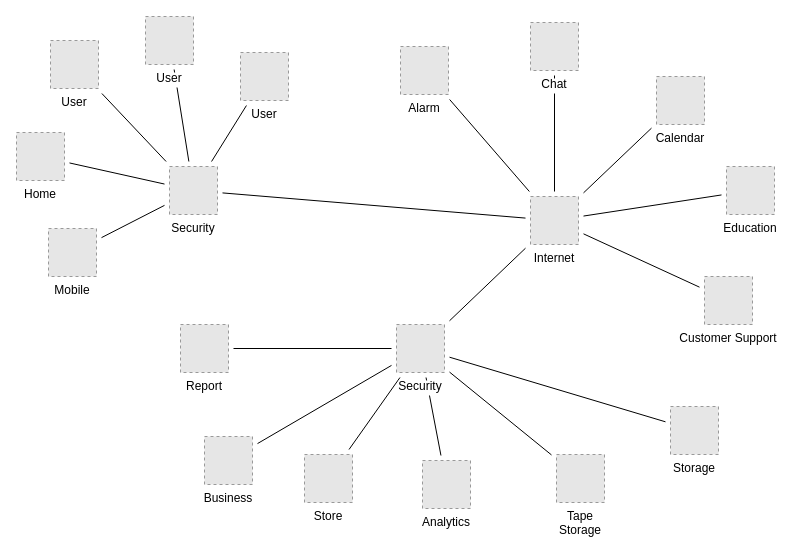
The draw.io diagram categories/demo2.drawio in Scofields/scofields.github.io, before the edit. Source tidied: cells renumbered, new cells numbered last; positions are measured from the earlier drawing's top-left corner, leaving out a move shared by most shapes. Both pictures are drawn from the tidied source at 100%, with x=0, y=0 at pixel (16, 16). Pictures stored in the file or linked from it are replaced by grey dashed boxes.
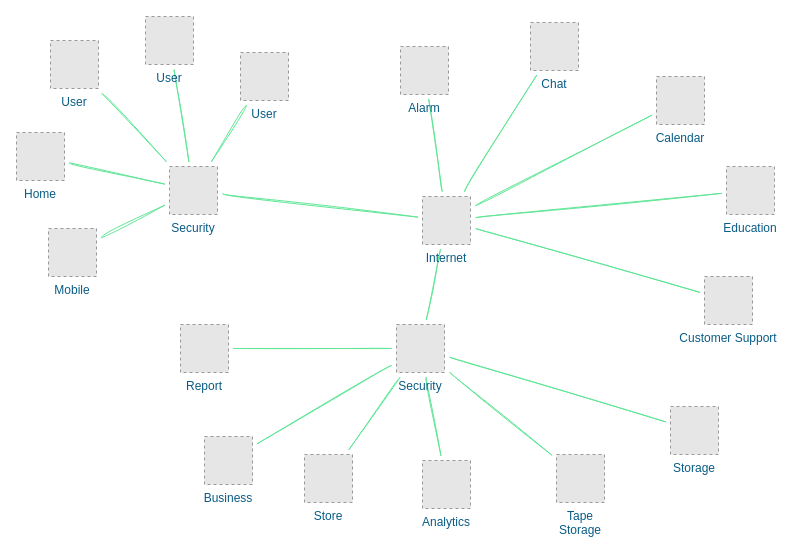
The same diagram, later.

What changed in the source:
```diff
@@
-    <mxCell id="2" style="edgeStyle=none;rounded=0;jettySize=auto;html=1;sourcePerimeterSpacing=5;endArrow=none;endFill=0;targetPerimeterSpacing=5;" parent="1" edge="1" source="21" target="31">
+    <mxCell id="2" style="edgeStyle=none;rounded=0;jettySize=auto;html=1;sourcePerimeterSpacing=5;endArrow=none;endFill=0;targetPerimeterSpacing=5;sketch=1;strokeColor=#60E696;fontColor=#095C86;curved=1;" parent="1" edge="1" source="21" target="31">
       <mxGeometry relative="1" as="geometry" />
     </mxCell>
-    <mxCell id="3" style="edgeStyle=none;rounded=0;jettySize=auto;html=1;sourcePerimeterSpacing=5;endArrow=none;endFill=0;targetPerimeterSpacing=5;" parent="1" edge="1" source="24" target="31">
+    <mxCell id="3" style="edgeStyle=none;rounded=0;jettySize=auto;html=1;sourcePerimeterSpacing=5;endArrow=none;endFill=0;targetPerimeterSpacing=5;sketch=1;strokeColor=#60E696;fontColor=#095C86;curved=1;" parent="1" edge="1" source="24" target="31">
       <mxGeometry relative="1" as="geometry" />
     </mxCell>
-    <mxCell id="4" style="edgeStyle=none;rounded=0;jettySize=auto;html=1;sourcePerimeterSpacing=5;endArrow=none;endFill=0;targetPerimeterSpacing=5;" parent="1" edge="1" source="30" target="26">
+    <mxCell id="4" style="edgeStyle=none;rounded=0;jettySize=auto;html=1;sourcePerimeterSpacing=5;endArrow=none;endFill=0;targetPerimeterSpacing=5;sketch=1;strokeColor=#60E696;fontColor=#095C86;curved=1;" parent="1" edge="1" source="30" target="26">
       <mxGeometry relative="1" as="geometry" />
     </mxCell>
-    <mxCell id="5" style="edgeStyle=none;rounded=0;jettySize=auto;html=1;sourcePerimeterSpacing=5;endArrow=none;endFill=0;targetPerimeterSpacing=5;" parent="1" edge="1" source="30" target="22">
+    <mxCell id="5" style="edgeStyle=none;rounded=0;jettySize=auto;html=1;sourcePerimeterSpacing=5;endArrow=none;endFill=0;targetPerimeterSpacing=5;sketch=1;strokeColor=#60E696;fontColor=#095C86;curved=1;" parent="1" edge="1" source="30" target="22">
       <mxGeometry relative="1" as="geometry" />
     </mxCell>
-    <mxCell id="6" style="edgeStyle=none;rounded=0;jettySize=auto;html=1;sourcePerimeterSpacing=5;endArrow=none;endFill=0;targetPerimeterSpacing=5;" parent="1" edge="1" source="30" target="32">
+    <mxCell id="6" style="edgeStyle=none;rounded=0;jettySize=auto;html=1;sourcePerimeterSpacing=5;endArrow=none;endFill=0;targetPerimeterSpacing=5;sketch=1;strokeColor=#60E696;fontColor=#095C86;curved=1;" parent="1" edge="1" source="30" target="32">
       <mxGeometry relative="1" as="geometry" />
     </mxCell>
-    <mxCell id="7" style="edgeStyle=none;rounded=0;jettySize=auto;html=1;sourcePerimeterSpacing=5;endArrow=none;endFill=0;targetPerimeterSpacing=5;" parent="1" edge="1" source="30" target="25">
+    <mxCell id="7" style="edgeStyle=none;rounded=0;jettySize=auto;html=1;sourcePerimeterSpacing=5;endArrow=none;endFill=0;targetPerimeterSpacing=5;sketch=1;strokeColor=#60E696;fontColor=#095C86;curved=1;" parent="1" edge="1" source="30" target="25">
       <mxGeometry relative="1" as="geometry" />
     </mxCell>
-    <mxCell id="8" style="edgeStyle=none;rounded=0;jettySize=auto;html=1;sourcePerimeterSpacing=5;endArrow=none;endFill=0;targetPerimeterSpacing=5;" parent="1" edge="1" source="30" target="23">
+    <mxCell id="8" style="edgeStyle=none;rounded=0;jettySize=auto;html=1;sourcePerimeterSpacing=5;endArrow=none;endFill=0;targetPerimeterSpacing=5;sketch=1;strokeColor=#60E696;fontColor=#095C86;curved=1;" parent="1" edge="1" source="30" target="23">
       <mxGeometry relative="1" as="geometry" />
     </mxCell>
-    <mxCell id="9" style="edgeStyle=none;rounded=0;jettySize=auto;html=1;sourcePerimeterSpacing=5;endArrow=none;endFill=0;targetPerimeterSpacing=5;" parent="1" edge="1" source="30" target="38">
+    <mxCell id="9" style="edgeStyle=none;rounded=0;jettySize=auto;html=1;sourcePerimeterSpacing=5;endArrow=none;endFill=0;targetPerimeterSpacing=5;sketch=1;strokeColor=#60E696;fontColor=#095C86;curved=1;" parent="1" edge="1" source="30" target="38">
       <mxGeometry relative="1" as="geometry" />
     </mxCell>
-    <mxCell id="10" style="edgeStyle=none;rounded=0;jettySize=auto;html=1;sourcePerimeterSpacing=5;endArrow=none;endFill=0;targetPerimeterSpacing=5;" parent="1" edge="1" source="31" target="30">
+    <mxCell id="10" style="edgeStyle=none;rounded=0;jettySize=auto;html=1;sourcePerimeterSpacing=5;endArrow=none;endFill=0;targetPerimeterSpacing=5;sketch=1;strokeColor=#60E696;fontColor=#095C86;curved=1;" parent="1" edge="1" source="31" target="30">
       <mxGeometry relative="1" as="geometry" />
     </mxCell>
-    <mxCell id="11" style="edgeStyle=none;rounded=0;jettySize=auto;html=1;sourcePerimeterSpacing=5;endArrow=none;endFill=0;targetPerimeterSpacing=5;" parent="1" edge="1" source="35" target="31">
+    <mxCell id="11" style="edgeStyle=none;rounded=0;jettySize=auto;html=1;sourcePerimeterSpacing=5;endArrow=none;endFill=0;targetPerimeterSpacing=5;sketch=1;strokeColor=#60E696;fontColor=#095C86;curved=1;" parent="1" edge="1" source="35" target="31">
       <mxGeometry relative="1" as="geometry" />
     </mxCell>
-    <mxCell id="12" style="rounded=0;jettySize=auto;html=1;endArrow=none;endFill=0;sourcePerimeterSpacing=5;targetPerimeterSpacing=5;" parent="1" edge="1" source="36" target="31">
+    <mxCell id="12" style="rounded=0;jettySize=auto;html=1;endArrow=none;endFill=0;sourcePerimeterSpacing=5;targetPerimeterSpacing=5;sketch=1;strokeColor=#60E696;fontColor=#095C86;curved=1;" parent="1" edge="1" source="36" target="31">
       <mxGeometry relative="1" as="geometry" />
     </mxCell>
-    <mxCell id="13" style="edgeStyle=none;rounded=0;jettySize=auto;html=1;sourcePerimeterSpacing=5;endArrow=none;endFill=0;targetPerimeterSpacing=5;" parent="1" edge="1" source="37" target="31">
+    <mxCell id="13" style="edgeStyle=none;rounded=0;jettySize=auto;html=1;sourcePerimeterSpacing=5;endArrow=none;endFill=0;targetPerimeterSpacing=5;sketch=1;strokeColor=#60E696;fontColor=#095C86;curved=1;" parent="1" edge="1" source="37" target="31">
       <mxGeometry relative="1" as="geometry" />
     </mxCell>
-    <mxCell id="14" style="edgeStyle=none;rounded=0;jettySize=auto;html=1;sourcePerimeterSpacing=5;endArrow=none;endFill=0;targetPerimeterSpacing=5;" parent="1" edge="1" source="38" target="28">
+    <mxCell id="14" style="edgeStyle=none;rounded=0;jettySize=auto;html=1;sourcePerimeterSpacing=5;endArrow=none;endFill=0;targetPerimeterSpacing=5;sketch=1;strokeColor=#60E696;fontColor=#095C86;curved=1;" parent="1" edge="1" source="38" target="28">
       <mxGeometry relative="1" as="geometry" />
     </mxCell>
-    <mxCell id="15" style="edgeStyle=none;rounded=0;jettySize=auto;html=1;sourcePerimeterSpacing=5;endArrow=none;endFill=0;targetPerimeterSpacing=5;" parent="1" edge="1" source="38" target="27">
+    <mxCell id="15" style="edgeStyle=none;rounded=0;jettySize=auto;html=1;sourcePerimeterSpacing=5;endArrow=none;endFill=0;targetPerimeterSpacing=5;sketch=1;strokeColor=#60E696;fontColor=#095C86;curved=1;" parent="1" edge="1" source="38" target="27">
       <mxGeometry relative="1" as="geometry" />
     </mxCell>
-    <mxCell id="16" style="edgeStyle=none;rounded=0;jettySize=auto;html=1;sourcePerimeterSpacing=5;endArrow=none;endFill=0;targetPerimeterSpacing=5;" parent="1" edge="1" source="38" target="34">
+    <mxCell id="16" style="edgeStyle=none;rounded=0;jettySize=auto;html=1;sourcePerimeterSpacing=5;endArrow=none;endFill=0;targetPerimeterSpacing=5;sketch=1;strokeColor=#60E696;fontColor=#095C86;curved=1;" parent="1" edge="1" source="38" target="34">
       <mxGeometry relative="1" as="geometry" />
     </mxCell>
-    <mxCell id="17" style="edgeStyle=none;rounded=0;jettySize=auto;html=1;sourcePerimeterSpacing=5;endArrow=none;endFill=0;targetPerimeterSpacing=5;" parent="1" edge="1" source="38" target="33">
+    <mxCell id="17" style="edgeStyle=none;rounded=0;jettySize=auto;html=1;sourcePerimeterSpacing=5;endArrow=none;endFill=0;targetPerimeterSpacing=5;sketch=1;strokeColor=#60E696;fontColor=#095C86;curved=1;" parent="1" edge="1" source="38" target="33">
       <mxGeometry relative="1" as="geometry" />
     </mxCell>
-    <mxCell id="18" style="edgeStyle=none;rounded=0;jettySize=auto;html=1;sourcePerimeterSpacing=5;endArrow=none;endFill=0;targetPerimeterSpacing=5;" parent="1" edge="1" source="38" target="20">
+    <mxCell id="18" style="edgeStyle=none;rounded=0;jettySize=auto;html=1;sourcePerimeterSpacing=5;endArrow=none;endFill=0;targetPerimeterSpacing=5;sketch=1;strokeColor=#60E696;fontColor=#095C86;curved=1;" parent="1" edge="1" source="38" target="20">
       <mxGeometry relative="1" as="geometry" />
     </mxCell>
-    <mxCell id="19" style="edgeStyle=none;rounded=0;jettySize=auto;html=1;sourcePerimeterSpacing=5;endArrow=none;endFill=0;targetPerimeterSpacing=5;" parent="1" edge="1" source="38" target="29">
+    <mxCell id="19" style="edgeStyle=none;rounded=0;jettySize=auto;html=1;sourcePerimeterSpacing=5;endArrow=none;endFill=0;targetPerimeterSpacing=5;sketch=1;strokeColor=#60E696;fontColor=#095C86;curved=1;" parent="1" edge="1" source="38" target="29">
       <mxGeometry relative="1" as="geometry" />
     </mxCell>
-    <mxCell id="20" value="Tape&#10;Storage" style="fillColor=#E6E6E6;strokeColor=#999999;dashed=1;verticalLabelPosition=bottom;verticalAlign=top;labelBackgroundColor=#ffffff;" parent="1" vertex="1">
+    <mxCell id="20" value="Tape&#10;Storage" style="fillColor=#E6E6E6;strokeColor=#999999;dashed=1;verticalLabelPosition=bottom;verticalAlign=top;fontColor=#095C86;" parent="1" vertex="1">
       <mxGeometry x="540" y="438" width="48" height="48" as="geometry" />
     </mxCell>
-    <mxCell id="21" value="Mobile" style="fillColor=#E6E6E6;strokeColor=#999999;dashed=1;verticalLabelPosition=bottom;verticalAlign=top;labelBackgroundColor=#ffffff;" parent="1" vertex="1">
+    <mxCell id="21" value="Mobile" style="fillColor=#E6E6E6;strokeColor=#999999;dashed=1;verticalLabelPosition=bottom;verticalAlign=top;fontColor=#095C86;" parent="1" vertex="1">
       <mxGeometry x="32" y="212" width="48" height="48" as="geometry" />
     </mxCell>
-    <mxCell id="22" value="Chat" style="fillColor=#E6E6E6;strokeColor=#999999;dashed=1;verticalLabelPosition=bottom;verticalAlign=top;labelBackgroundColor=#ffffff;" parent="1" vertex="1">
+    <mxCell id="22" value="Chat" style="fillColor=#E6E6E6;strokeColor=#999999;dashed=1;verticalLabelPosition=bottom;verticalAlign=top;fontColor=#095C86;" parent="1" vertex="1">
       <mxGeometry x="514" y="6" width="48" height="48" as="geometry" />
     </mxCell>
-    <mxCell id="23" value="Customer Support" style="fillColor=#E6E6E6;strokeColor=#999999;dashed=1;verticalLabelPosition=bottom;verticalAlign=top;labelBackgroundColor=#ffffff;" parent="1" vertex="1">
+    <mxCell id="23" value="Customer Support" style="fillColor=#E6E6E6;strokeColor=#999999;dashed=1;verticalLabelPosition=bottom;verticalAlign=top;fontColor=#095C86;" parent="1" vertex="1">
       <mxGeometry x="688" y="260" width="48" height="48" as="geometry" />
     </mxCell>
-    <mxCell id="24" value="Home" style="fillColor=#E6E6E6;strokeColor=#999999;dashed=1;verticalLabelPosition=bottom;verticalAlign=top;labelBackgroundColor=#ffffff;" parent="1" vertex="1">
+    <mxCell id="24" value="Home" style="fillColor=#E6E6E6;strokeColor=#999999;dashed=1;verticalLabelPosition=bottom;verticalAlign=top;fontColor=#095C86;" parent="1" vertex="1">
       <mxGeometry y="116" width="48" height="48" as="geometry" />
     </mxCell>
-    <mxCell id="25" value="Education" style="fillColor=#E6E6E6;strokeColor=#999999;dashed=1;verticalLabelPosition=bottom;verticalAlign=top;labelBackgroundColor=#ffffff;" parent="1" vertex="1">
+    <mxCell id="25" value="Education" style="fillColor=#E6E6E6;strokeColor=#999999;dashed=1;verticalLabelPosition=bottom;verticalAlign=top;fontColor=#095C86;" parent="1" vertex="1">
       <mxGeometry x="710" y="150" width="48" height="48" as="geometry" />
     </mxCell>
-    <mxCell id="26" value="Alarm" style="fillColor=#E6E6E6;strokeColor=#999999;dashed=1;verticalLabelPosition=bottom;verticalAlign=top;labelBackgroundColor=#ffffff;" parent="1" vertex="1">
+    <mxCell id="26" value="Alarm" style="fillColor=#E6E6E6;strokeColor=#999999;dashed=1;verticalLabelPosition=bottom;verticalAlign=top;fontColor=#095C86;" parent="1" vertex="1">
       <mxGeometry x="384" y="30" width="48" height="48" as="geometry" />
     </mxCell>
-    <mxCell id="27" value="Business" style="fillColor=#E6E6E6;strokeColor=#999999;dashed=1;verticalLabelPosition=bottom;verticalAlign=top;labelBackgroundColor=#ffffff;" parent="1" vertex="1">
+    <mxCell id="27" value="Business" style="fillColor=#E6E6E6;strokeColor=#999999;dashed=1;verticalLabelPosition=bottom;verticalAlign=top;fontColor=#095C86;" parent="1" vertex="1">
       <mxGeometry x="188" y="420" width="48" height="48" as="geometry" />
     </mxCell>
-    <mxCell id="28" value="Report" style="fillColor=#E6E6E6;strokeColor=#999999;dashed=1;verticalLabelPosition=bottom;verticalAlign=top;labelBackgroundColor=#ffffff;" parent="1" vertex="1">
+    <mxCell id="28" value="Report" style="fillColor=#E6E6E6;strokeColor=#999999;dashed=1;verticalLabelPosition=bottom;verticalAlign=top;fontColor=#095C86;" parent="1" vertex="1">
       <mxGeometry x="164" y="308" width="48" height="48" as="geometry" />
     </mxCell>
-    <mxCell id="29" value="Storage" style="fillColor=#E6E6E6;strokeColor=#999999;dashed=1;verticalLabelPosition=bottom;verticalAlign=top;labelBackgroundColor=#ffffff;" parent="1" vertex="1">
+    <mxCell id="29" value="Storage" style="fillColor=#E6E6E6;strokeColor=#999999;dashed=1;verticalLabelPosition=bottom;verticalAlign=top;fontColor=#095C86;" parent="1" vertex="1">
       <mxGeometry x="654" y="390" width="48" height="48" as="geometry" />
     </mxCell>
-    <mxCell id="30" value="Internet" style="fillColor=#E6E6E6;strokeColor=#999999;dashed=1;verticalLabelPosition=bottom;verticalAlign=top;labelBackgroundColor=#ffffff;" parent="1" vertex="1">
-      <mxGeometry x="514" y="180" width="48" height="48" as="geometry" />
+    <mxCell id="30" value="Internet" style="fillColor=#E6E6E6;strokeColor=#999999;dashed=1;verticalLabelPosition=bottom;verticalAlign=top;fontColor=#095C86;" parent="1" vertex="1">
+      <mxGeometry x="406" y="180" width="48" height="48" as="geometry" />
     </mxCell>
-    <mxCell id="31" value="Security" style="fillColor=#E6E6E6;strokeColor=#999999;dashed=1;verticalLabelPosition=bottom;verticalAlign=top;labelBackgroundColor=#ffffff;" parent="1" vertex="1">
+    <mxCell id="31" value="Security" style="fillColor=#E6E6E6;strokeColor=#999999;dashed=1;verticalLabelPosition=bottom;verticalAlign=top;fontColor=#095C86;" parent="1" vertex="1">
       <mxGeometry x="153" y="150" width="48" height="48" as="geometry" />
     </mxCell>
-    <mxCell id="32" value="Calendar" style="fillColor=#E6E6E6;strokeColor=#999999;dashed=1;verticalLabelPosition=bottom;verticalAlign=top;labelBackgroundColor=#ffffff;" parent="1" vertex="1">
+    <mxCell id="32" value="Calendar" style="fillColor=#E6E6E6;strokeColor=#999999;dashed=1;verticalLabelPosition=bottom;verticalAlign=top;fontColor=#095C86;" parent="1" vertex="1">
       <mxGeometry x="640" y="60" width="48" height="48" as="geometry" />
     </mxCell>
-    <mxCell id="33" value="Analytics" style="fillColor=#E6E6E6;strokeColor=#999999;dashed=1;verticalLabelPosition=bottom;verticalAlign=top;labelBackgroundColor=#ffffff;" parent="1" vertex="1">
+    <mxCell id="33" value="Analytics" style="fillColor=#E6E6E6;strokeColor=#999999;dashed=1;verticalLabelPosition=bottom;verticalAlign=top;fontColor=#095C86;" parent="1" vertex="1">
       <mxGeometry x="406" y="444" width="48" height="48" as="geometry" />
     </mxCell>
-    <mxCell id="34" value="Store" style="fillColor=#E6E6E6;strokeColor=#999999;dashed=1;verticalLabelPosition=bottom;verticalAlign=top;labelBackgroundColor=#ffffff;" parent="1" vertex="1">
+    <mxCell id="34" value="Store" style="fillColor=#E6E6E6;strokeColor=#999999;dashed=1;verticalLabelPosition=bottom;verticalAlign=top;fontColor=#095C86;" parent="1" vertex="1">
       <mxGeometry x="288" y="438" width="48" height="48" as="geometry" />
     </mxCell>
-    <mxCell id="35" value="User" style="fillColor=#E6E6E6;strokeColor=#999999;dashed=1;verticalLabelPosition=bottom;verticalAlign=top;labelBackgroundColor=#ffffff;" parent="1" vertex="1">
+    <mxCell id="35" value="User" style="fillColor=#E6E6E6;strokeColor=#999999;dashed=1;verticalLabelPosition=bottom;verticalAlign=top;fontColor=#095C86;" parent="1" vertex="1">
       <mxGeometry x="34" y="24" width="48" height="48" as="geometry" />
     </mxCell>
-    <mxCell id="36" value="User" style="fillColor=#E6E6E6;strokeColor=#999999;dashed=1;verticalLabelPosition=bottom;verticalAlign=top;labelBackgroundColor=#ffffff;" parent="1" vertex="1">
+    <mxCell id="36" value="User" style="fillColor=#E6E6E6;strokeColor=#999999;dashed=1;verticalLabelPosition=bottom;verticalAlign=top;fontColor=#095C86;" parent="1" vertex="1">
       <mxGeometry x="224" y="36" width="48" height="48" as="geometry" />
     </mxCell>
-    <mxCell id="37" value="User" style="fillColor=#E6E6E6;strokeColor=#999999;dashed=1;verticalLabelPosition=bottom;verticalAlign=top;labelBackgroundColor=#ffffff;" parent="1" vertex="1">
+    <mxCell id="37" value="User" style="fillColor=#E6E6E6;strokeColor=#999999;dashed=1;verticalLabelPosition=bottom;verticalAlign=top;fontColor=#095C86;" parent="1" vertex="1">
       <mxGeometry x="129" width="48" height="48" as="geometry" />
     </mxCell>
-    <mxCell id="38" value="Security" style="fillColor=#E6E6E6;strokeColor=#999999;dashed=1;verticalLabelPosition=bottom;verticalAlign=top;labelBackgroundColor=#ffffff;" parent="1" vertex="1">
+    <mxCell id="38" value="Security" style="fillColor=#E6E6E6;strokeColor=#999999;dashed=1;verticalLabelPosition=bottom;verticalAlign=top;fontColor=#095C86;" parent="1" vertex="1">
       <mxGeometry x="380" y="308" width="48" height="48" as="geometry" />
     </mxCell>
```
